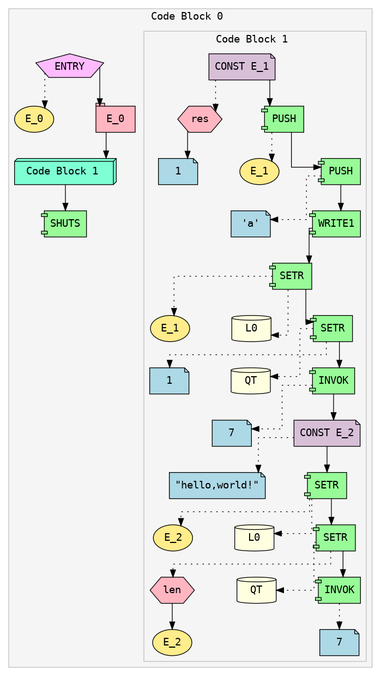
Soham-Metha/IICT_Segfault_2025 keeps this Graphviz diagram as ir.png. Above is the earlier version. Its source is kept beside it as ir.dot.
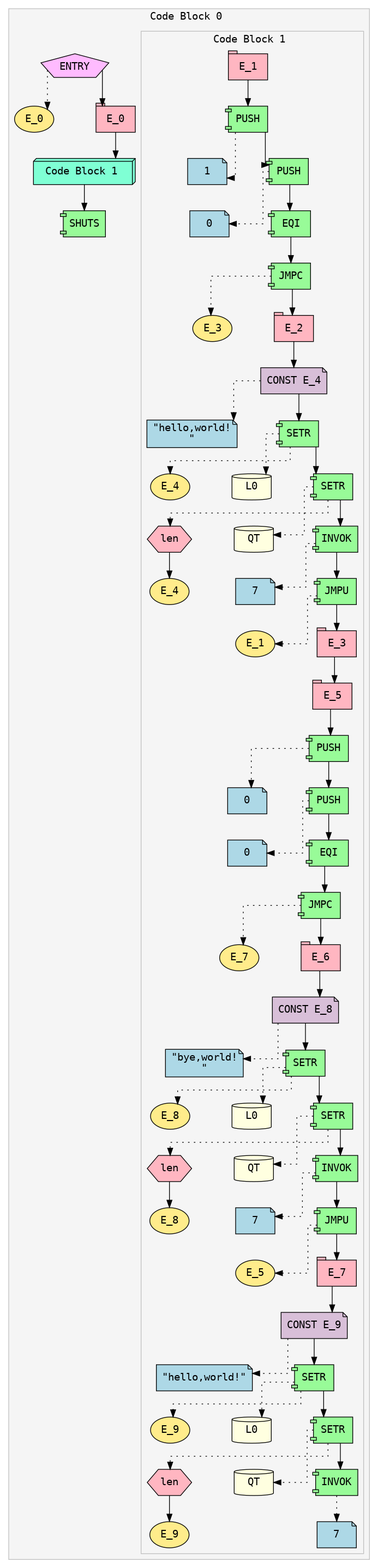
After the change.

What changed in the source:
```diff
@@ -19,63 +19,123 @@
 color=gray;
 fillcolor=whitesmoke;
 fontname="Courier";
-Expr_5 [shape=note style=filled fillcolor=thistle fontname="Courier" label="CONST E_1"]
-Expr_6 [shape=hexagon style=filled fillcolor=lightpink fontname="Courier" label="res"]
+Expr_5 [shape=tab style=filled fillcolor=lightpink fontname="Courier" label="E_1"]
+Expr_6 [shape=component style=filled fillcolor=palegreen fontname="Courier" label="PUSH"]
 Expr_7 [shape=note style=filled fillcolor=lightblue fontname="Courier" label="1"]
-Expr_6 -> Expr_7
-Expr_5 -> Expr_6 [style=dotted]
+Expr_6 -> Expr_7 [style=dotted]
+Expr_5 -> Expr_6;
 Expr_8 [shape=component style=filled fillcolor=palegreen fontname="Courier" label="PUSH"]
-Expr_9 [shape=ellipse style=filled fillcolor=lightgoldenrod1 fontname="Courier" label="E_1"]
+Expr_9 [shape=note style=filled fillcolor=lightblue fontname="Courier" label="0"]
 Expr_8 -> Expr_9 [style=dotted]
-Expr_5 -> Expr_8;
-Expr_10 [shape=component style=filled fillcolor=palegreen fontname="Courier" label="PUSH"]
-Expr_11 [shape=note style=filled fillcolor=lightblue fontname="Courier" label="'a'"]
-Expr_10 -> Expr_11 [style=dotted]
+Expr_6 -> Expr_8;
+Expr_10 [shape=component style=filled fillcolor=palegreen fontname="Courier" label="EQI"]
 Expr_8 -> Expr_10;
-Expr_12 [shape=component style=filled fillcolor=palegreen fontname="Courier" label="WRITE1"]
-Expr_10 -> Expr_12;
-Expr_13 [shape=component style=filled fillcolor=palegreen fontname="Courier" label="SETR"]
-Expr_14 [shape=ellipse style=filled fillcolor=lightgoldenrod1 fontname="Courier" label="E_1"]
-Expr_13 -> Expr_14 [style=dotted]
-Expr_15 [shape=cylinder style=filled fillcolor=lightyellow fontname="Courier" label="L0"]
-Expr_13 -> Expr_15 [style=dotted]
-Expr_12 -> Expr_13;
+Expr_11 [shape=component style=filled fillcolor=palegreen fontname="Courier" label="JMPC"]
+Expr_12 [shape=ellipse style=filled fillcolor=lightgoldenrod1 fontname="Courier" label="E_3"]
+Expr_11 -> Expr_12 [style=dotted]
+Expr_10 -> Expr_11;
+Expr_13 [shape=tab style=filled fillcolor=lightpink fontname="Courier" label="E_2"]
+Expr_11 -> Expr_13;
+Expr_14 [shape=note style=filled fillcolor=thistle fontname="Courier" label="CONST E_4"]
+Expr_15 [shape=note style=filled fillcolor=lightblue fontname="Courier" label="\"hello,world!\n\""]
+Expr_14 -> Expr_15 [style=dotted]
+Expr_13 -> Expr_14;
 Expr_16 [shape=component style=filled fillcolor=palegreen fontname="Courier" label="SETR"]
-Expr_17 [shape=note style=filled fillcolor=lightblue fontname="Courier" label="1"]
+Expr_17 [shape=ellipse style=filled fillcolor=lightgoldenrod1 fontname="Courier" label="E_4"]
 Expr_16 -> Expr_17 [style=dotted]
-Expr_18 [shape=cylinder style=filled fillcolor=lightyellow fontname="Courier" label="QT"]
+Expr_18 [shape=cylinder style=filled fillcolor=lightyellow fontname="Courier" label="L0"]
 Expr_16 -> Expr_18 [style=dotted]
-Expr_13 -> Expr_16;
-Expr_19 [shape=component style=filled fillcolor=palegreen fontname="Courier" label="INVOK"]
-Expr_20 [shape=note style=filled fillcolor=lightblue fontname="Courier" label="7"]
+Expr_14 -> Expr_16;
+Expr_19 [shape=component style=filled fillcolor=palegreen fontname="Courier" label="SETR"]
+Expr_20 [shape=hexagon style=filled fillcolor=lightpink fontname="Courier" label="len"]
+Expr_21 [shape=ellipse style=filled fillcolor=lightgoldenrod1 fontname="Courier" label="E_4"]
+Expr_20 -> Expr_21
 Expr_19 -> Expr_20 [style=dotted]
+Expr_22 [shape=cylinder style=filled fillcolor=lightyellow fontname="Courier" label="QT"]
+Expr_19 -> Expr_22 [style=dotted]
 Expr_16 -> Expr_19;
-Expr_21 [shape=note style=filled fillcolor=thistle fontname="Courier" label="CONST E_2"]
-Expr_22 [shape=note style=filled fillcolor=lightblue fontname="Courier" label="\"hello,world!\""]
-Expr_21 -> Expr_22 [style=dotted]
-Expr_19 -> Expr_21;
-Expr_23 [shape=component style=filled fillcolor=palegreen fontname="Courier" label="SETR"]
-Expr_24 [shape=ellipse style=filled fillcolor=lightgoldenrod1 fontname="Courier" label="E_2"]
+Expr_23 [shape=component style=filled fillcolor=palegreen fontname="Courier" label="INVOK"]
+Expr_24 [shape=note style=filled fillcolor=lightblue fontname="Courier" label="7"]
 Expr_23 -> Expr_24 [style=dotted]
-Expr_25 [shape=cylinder style=filled fillcolor=lightyellow fontname="Courier" label="L0"]
-Expr_23 -> Expr_25 [style=dotted]
-Expr_21 -> Expr_23;
-Expr_26 [shape=component style=filled fillcolor=palegreen fontname="Courier" label="SETR"]
-Expr_27 [shape=hexagon style=filled fillcolor=lightpink fontname="Courier" label="len"]
-Expr_28 [shape=ellipse style=filled fillcolor=lightgoldenrod1 fontname="Courier" label="E_2"]
-Expr_27 -> Expr_28
-Expr_26 -> Expr_27 [style=dotted]
-Expr_29 [shape=cylinder style=filled fillcolor=lightyellow fontname="Courier" label="QT"]
-Expr_26 -> Expr_29 [style=dotted]
-Expr_23 -> Expr_26;
-Expr_30 [shape=component style=filled fillcolor=palegreen fontname="Courier" label="INVOK"]
-Expr_31 [shape=note style=filled fillcolor=lightblue fontname="Courier" label="7"]
-Expr_30 -> Expr_31 [style=dotted]
-Expr_26 -> Expr_30;
+Expr_19 -> Expr_23;
+Expr_25 [shape=component style=filled fillcolor=palegreen fontname="Courier" label="JMPU"]
+Expr_26 [shape=ellipse style=filled fillcolor=lightgoldenrod1 fontname="Courier" label="E_1"]
+Expr_25 -> Expr_26 [style=dotted]
+Expr_23 -> Expr_25;
+Expr_27 [shape=tab style=filled fillcolor=lightpink fontname="Courier" label="E_3"]
+Expr_25 -> Expr_27;
+Expr_28 [shape=tab style=filled fillcolor=lightpink fontname="Courier" label="E_5"]
+Expr_27 -> Expr_28;
+Expr_29 [shape=component style=filled fillcolor=palegreen fontname="Courier" label="PUSH"]
+Expr_30 [shape=note style=filled fillcolor=lightblue fontname="Courier" label="0"]
+Expr_29 -> Expr_30 [style=dotted]
+Expr_28 -> Expr_29;
+Expr_31 [shape=component style=filled fillcolor=palegreen fontname="Courier" label="PUSH"]
+Expr_32 [shape=note style=filled fillcolor=lightblue fontname="Courier" label="0"]
+Expr_31 -> Expr_32 [style=dotted]
+Expr_29 -> Expr_31;
+Expr_33 [shape=component style=filled fillcolor=palegreen fontname="Courier" label="EQI"]
+Expr_31 -> Expr_33;
+Expr_34 [shape=component style=filled fillcolor=palegreen fontname="Courier" label="JMPC"]
+Expr_35 [shape=ellipse style=filled fillcolor=lightgoldenrod1 fontname="Courier" label="E_7"]
+Expr_34 -> Expr_35 [style=dotted]
+Expr_33 -> Expr_34;
+Expr_36 [shape=tab style=filled fillcolor=lightpink fontname="Courier" label="E_6"]
+Expr_34 -> Expr_36;
+Expr_37 [shape=note style=filled fillcolor=thistle fontname="Courier" label="CONST E_8"]
+Expr_38 [shape=note style=filled fillcolor=lightblue fontname="Courier" label="\"bye,world!\n\""]
+Expr_37 -> Expr_38 [style=dotted]
+Expr_36 -> Expr_37;
+Expr_39 [shape=component style=filled fillcolor=palegreen fontname="Courier" label="SETR"]
+Expr_40 [shape=ellipse style=filled fillcolor=lightgoldenrod1 fontname="Courier" label="E_8"]
+Expr_39 -> Expr_40 [style=dotted]
+Expr_41 [shape=cylinder style=filled fillcolor=lightyellow fontname="Courier" label="L0"]
+Expr_39 -> Expr_41 [style=dotted]
+Expr_37 -> Expr_39;
+Expr_42 [shape=component style=filled fillcolor=palegreen fontname="Courier" label="SETR"]
+Expr_43 [shape=hexagon style=filled fillcolor=lightpink fontname="Courier" label="len"]
+Expr_44 [shape=ellipse style=filled fillcolor=lightgoldenrod1 fontname="Courier" label="E_8"]
+Expr_43 -> Expr_44
+Expr_42 -> Expr_43 [style=dotted]
+Expr_45 [shape=cylinder style=filled fillcolor=lightyellow fontname="Courier" label="QT"]
+Expr_42 -> Expr_45 [style=dotted]
+Expr_39 -> Expr_42;
+Expr_46 [shape=component style=filled fillcolor=palegreen fontname="Courier" label="INVOK"]
+Expr_47 [shape=note style=filled fillcolor=lightblue fontname="Courier" label="7"]
+Expr_46 -> Expr_47 [style=dotted]
+Expr_42 -> Expr_46;
+Expr_48 [shape=component style=filled fillcolor=palegreen fontname="Courier" label="JMPU"]
+Expr_49 [shape=ellipse style=filled fillcolor=lightgoldenrod1 fontname="Courier" label="E_5"]
+Expr_48 -> Expr_49 [style=dotted]
+Expr_46 -> Expr_48;
+Expr_50 [shape=tab style=filled fillcolor=lightpink fontname="Courier" label="E_7"]
+Expr_48 -> Expr_50;
+Expr_51 [shape=note style=filled fillcolor=thistle fontname="Courier" label="CONST E_9"]
+Expr_52 [shape=note style=filled fillcolor=lightblue fontname="Courier" label="\"hello,world!\""]
+Expr_51 -> Expr_52 [style=dotted]
+Expr_50 -> Expr_51;
+Expr_53 [shape=component style=filled fillcolor=palegreen fontname="Courier" label="SETR"]
+Expr_54 [shape=ellipse style=filled fillcolor=lightgoldenrod1 fontname="Courier" label="E_9"]
+Expr_53 -> Expr_54 [style=dotted]
+Expr_55 [shape=cylinder style=filled fillcolor=lightyellow fontname="Courier" label="L0"]
+Expr_53 -> Expr_55 [style=dotted]
+Expr_51 -> Expr_53;
+Expr_56 [shape=component style=filled fillcolor=palegreen fontname="Courier" label="SETR"]
+Expr_57 [shape=hexagon style=filled fillcolor=lightpink fontname="Courier" label="len"]
+Expr_58 [shape=ellipse style=filled fillcolor=lightgoldenrod1 fontname="Courier" label="E_9"]
+Expr_57 -> Expr_58
+Expr_56 -> Expr_57 [style=dotted]
+Expr_59 [shape=cylinder style=filled fillcolor=lightyellow fontname="Courier" label="QT"]
+Expr_56 -> Expr_59 [style=dotted]
+Expr_53 -> Expr_56;
+Expr_60 [shape=component style=filled fillcolor=palegreen fontname="Courier" label="INVOK"]
+Expr_61 [shape=note style=filled fillcolor=lightblue fontname="Courier" label="7"]
+Expr_60 -> Expr_61 [style=dotted]
+Expr_56 -> Expr_60;
 }
 Expr_4 [shape=box3d style=filled fillcolor=aquamarine fontname="Courier" label=" Code Block 1  "]
 Expr_3 -> Expr_4;
-Expr_32 [shape=component style=filled fillcolor=palegreen fontname="Courier" label="SHUTS"]
-Expr_4 -> Expr_32;
+Expr_62 [shape=component style=filled fillcolor=palegreen fontname="Courier" label="SHUTS"]
+Expr_4 -> Expr_62;
 }
 }
```
